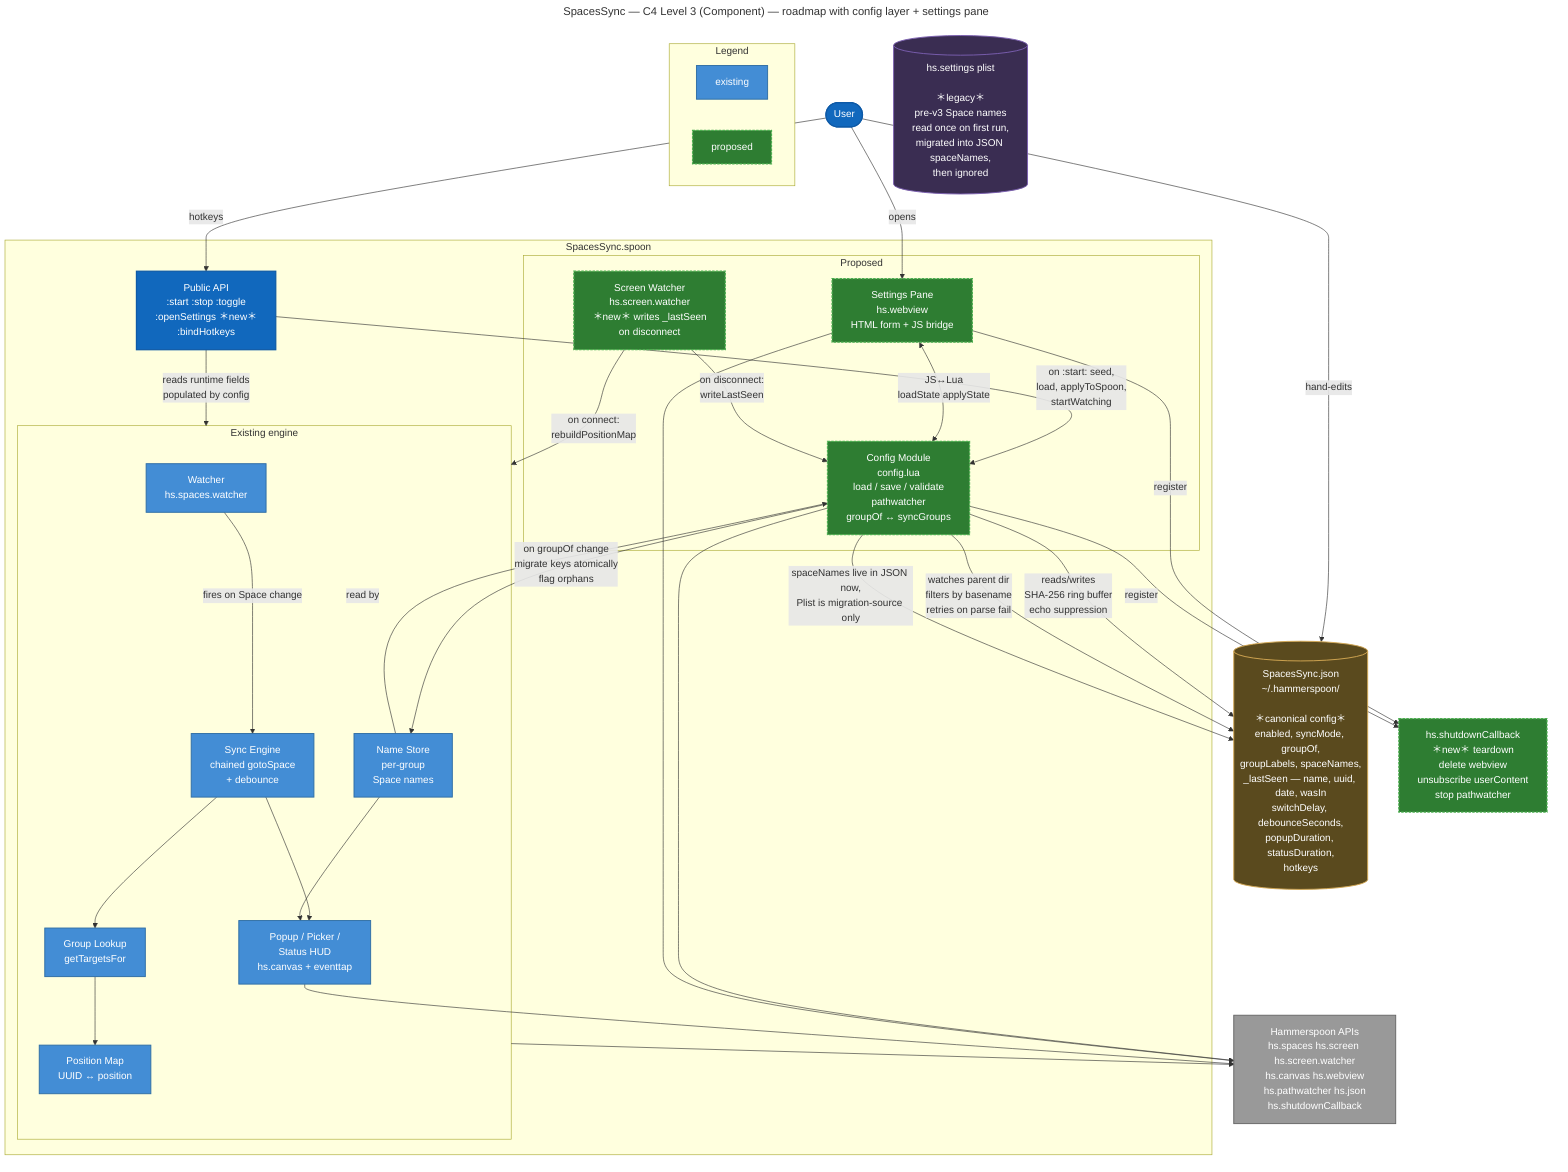
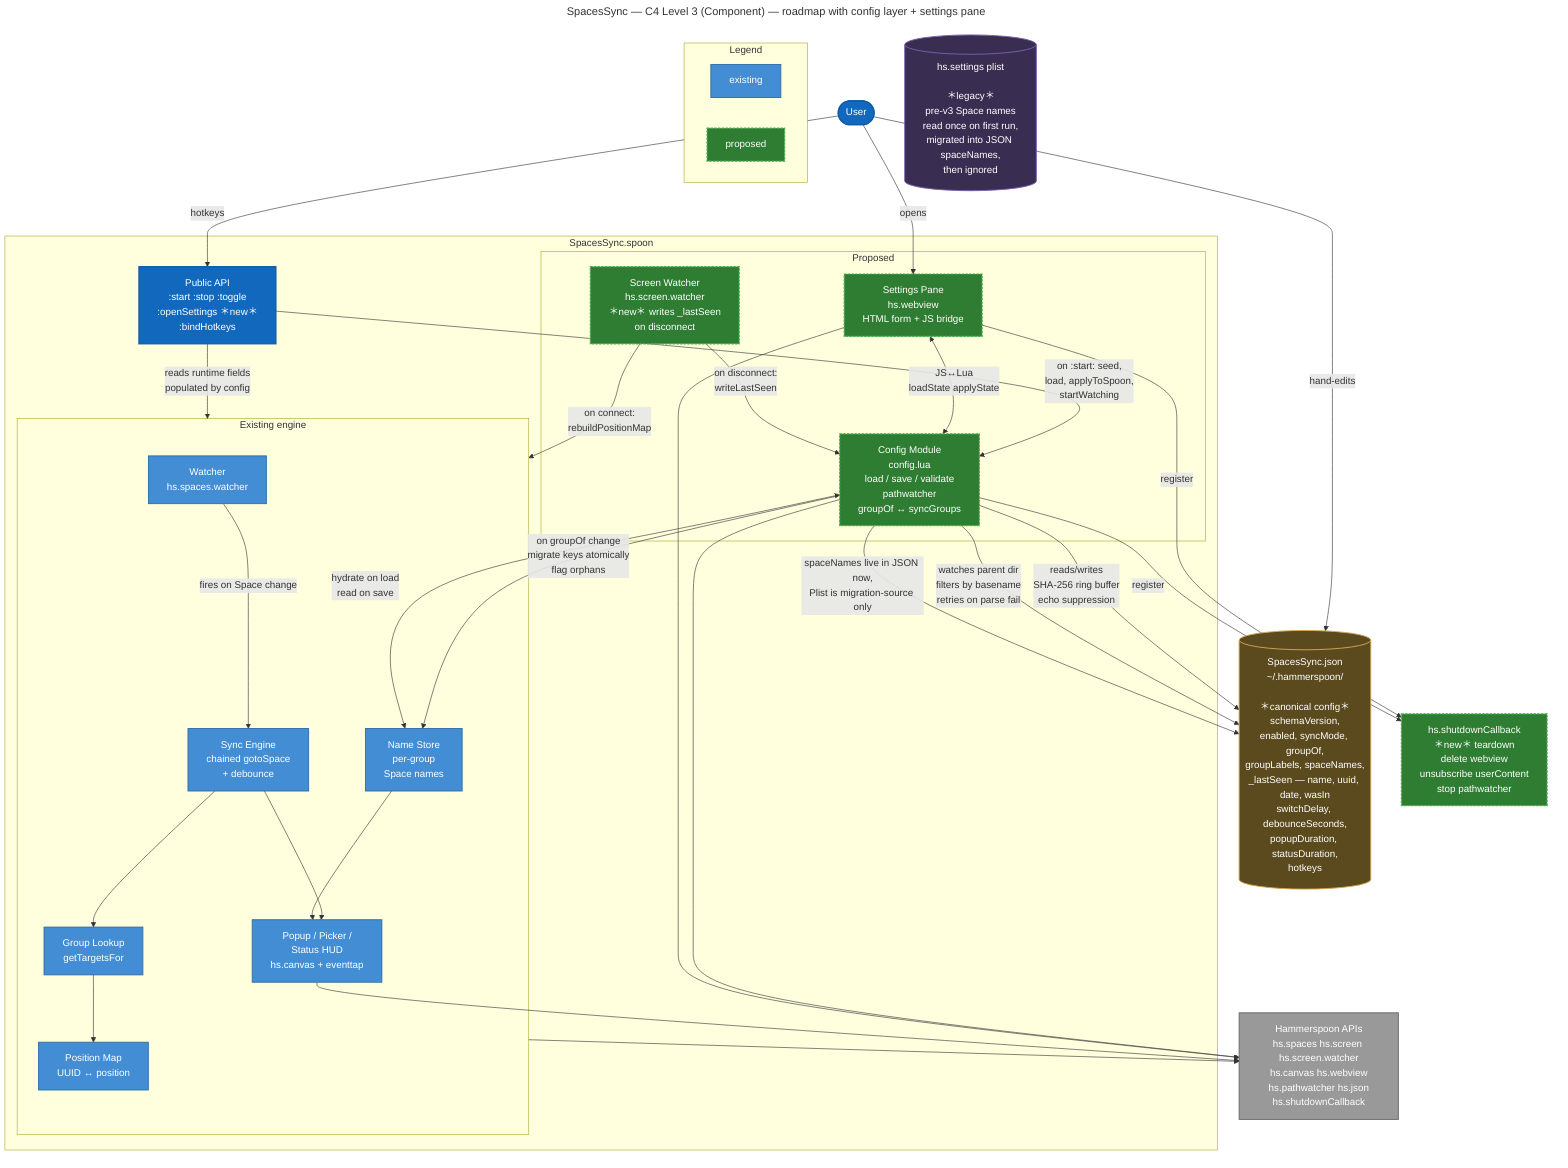
---
title: SpacesSync — C4 Level 3 (Component) — roadmap with config layer + settings pane
---
flowchart TB
    classDef public fill:#1168bd,stroke:#0e5aa7,color:#fff,stroke-width:2px
    classDef internal fill:#438dd5,stroke:#2e6da4,color:#fff,stroke-width:1.5px
    classDef proposed fill:#2e7d32,stroke:#4caf50,color:#fff,stroke-width:2px,stroke-dasharray: 4 2
    classDef external fill:#999,stroke:#666,color:#fff,stroke-width:1.5px
    classDef config fill:#5a4a1e,stroke:#d4a853,color:#fff,stroke-width:1.5px
    classDef store fill:#3a2d52,stroke:#7b5fb0,color:#fff,stroke-width:1.5px

    User([User]):::public

    subgraph Spoon [SpacesSync.spoon]
        API[Public API<br/>:start :stop :toggle<br/>:openSettings ＊new＊<br/>:bindHotkeys]:::public

        subgraph Engine [Existing engine]
            Watcher[Watcher<br/>hs.spaces.watcher]:::internal
            SyncEng[Sync Engine<br/>chained gotoSpace<br/>+ debounce]:::internal
            PosMap[Position Map<br/>UUID ↔ position]:::internal
            GroupLook[Group Lookup<br/>getTargetsFor]:::internal
            Names[Name Store<br/>per-group<br/>Space names]:::internal
            UI[Popup / Picker /<br/>Status HUD<br/>hs.canvas + eventtap]:::internal
        end

        subgraph New [Proposed]
            ConfigMod[Config Module<br/>config.lua<br/>load / save / validate<br/>pathwatcher<br/>groupOf ↔ syncGroups]:::proposed
            SettingsPane[Settings Pane<br/>hs.webview<br/>HTML form + JS bridge]:::proposed
            ScreenWatch[Screen Watcher<br/>hs.screen.watcher<br/>＊new＊ writes _lastSeen<br/>on disconnect]:::proposed
        end
    end

-     JSON[("SpacesSync.json<br/>~/.hammerspoon/<br/><br/>＊canonical config＊<br/>enabled, syncMode, groupOf,<br/>groupLabels, spaceNames,<br/>_lastSeen — name, uuid, date, wasIn<br/>switchDelay, debounceSeconds,<br/>popupDuration, statusDuration,<br/>hotkeys")]:::config
+     JSON[("SpacesSync.json<br/>~/.hammerspoon/<br/><br/>＊canonical config＊<br/>schemaVersion,<br/>enabled, syncMode, groupOf,<br/>groupLabels, spaceNames,<br/>_lastSeen — name, uuid, date, wasIn<br/>switchDelay, debounceSeconds,<br/>popupDuration, statusDuration,<br/>hotkeys")]:::config
    Plist[(hs.settings plist<br/><br/>＊legacy＊<br/>pre-v3 Space names<br/>read once on first run,<br/>migrated into JSON spaceNames,<br/>then ignored)]:::store
    HSAPIs[Hammerspoon APIs<br/>hs.spaces hs.screen hs.screen.watcher<br/>hs.canvas hs.webview<br/>hs.pathwatcher hs.json<br/>hs.shutdownCallback]:::external

    Shutdown[hs.shutdownCallback<br/>＊new＊ teardown<br/>delete webview<br/>unsubscribe userContent<br/>stop pathwatcher]:::proposed

    User -->|hotkeys| API
    User -->|opens| SettingsPane
    User -->|hand-edits| JSON

    API -->|on :start: seed,<br/>load, applyToSpoon,<br/>startWatching| ConfigMod
    API -->|reads runtime fields<br/>populated by config| Engine
    SettingsPane <-->|JS↔Lua<br/>loadState applyState| ConfigMod

    ConfigMod -->|reads/writes<br/>SHA-256 ring buffer<br/>echo suppression| JSON
    ConfigMod -->|watches parent dir<br/>filters by basename<br/>retries on parse fail| JSON
    ConfigMod -->|on groupOf change<br/>migrate keys atomically<br/>flag orphans| Names

    SettingsPane -->|register| Shutdown
    ConfigMod -->|register| Shutdown

    ScreenWatch -->|on disconnect:<br/>writeLastSeen| ConfigMod
    ScreenWatch -->|on connect:<br/>rebuildPositionMap| Engine

    Watcher -->|fires on Space change| SyncEng
    SyncEng --> GroupLook
    GroupLook --> PosMap
    SyncEng --> UI
    Names --> UI
-     Names -->|read by| ConfigMod
+     Names <-->|hydrate on load<br/>read on save| ConfigMod
    ConfigMod -->|spaceNames live in JSON now,<br/>Plist is migration-source only| JSON

    Engine --> HSAPIs
    UI --> HSAPIs
    ConfigMod --> HSAPIs
    SettingsPane --> HSAPIs

    %% Legend
    subgraph Legend [Legend]
        direction LR
        L1[existing]:::internal
        L2[proposed]:::proposed
    end
